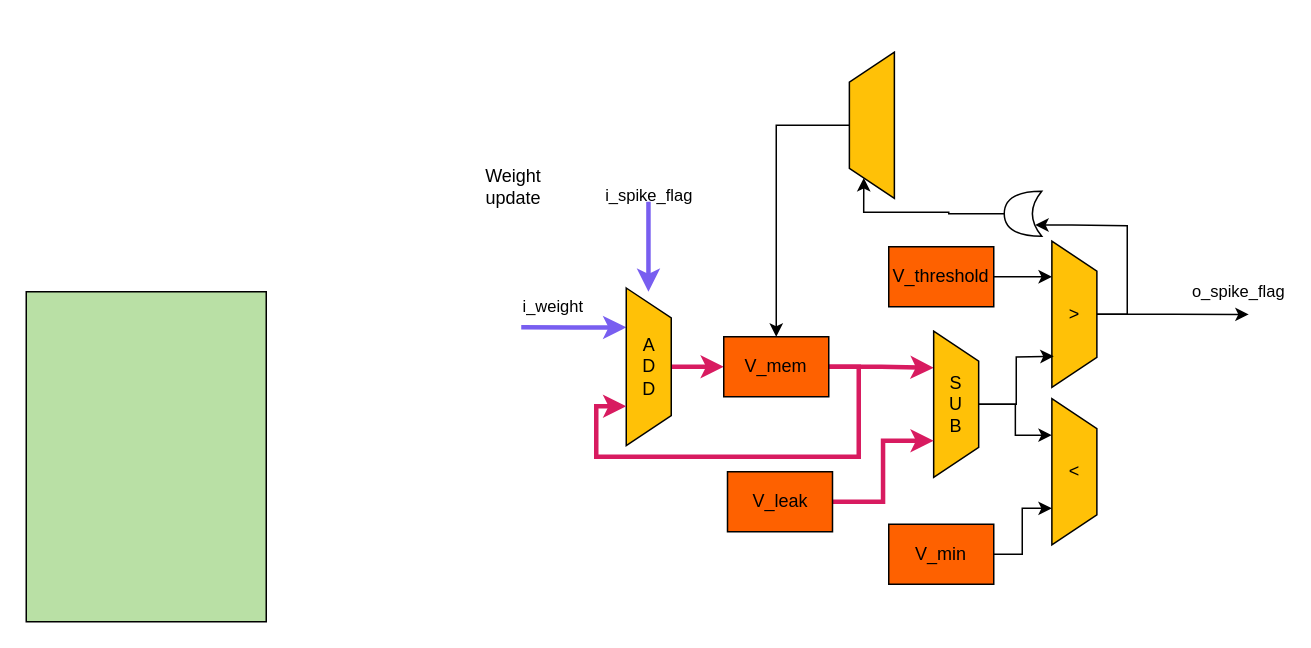
The draw.io diagram Untitled Diagram.drawio in AurelieSa/draw_io, before the edit. Source tidied: cells renumbered, new cells numbered last; positions are measured from the earlier drawing's top-left corner, leaving out a move shared by most shapes. Both pictures are drawn from the tidied source at 150%, with x=0, y=0 at pixel (26, 102).
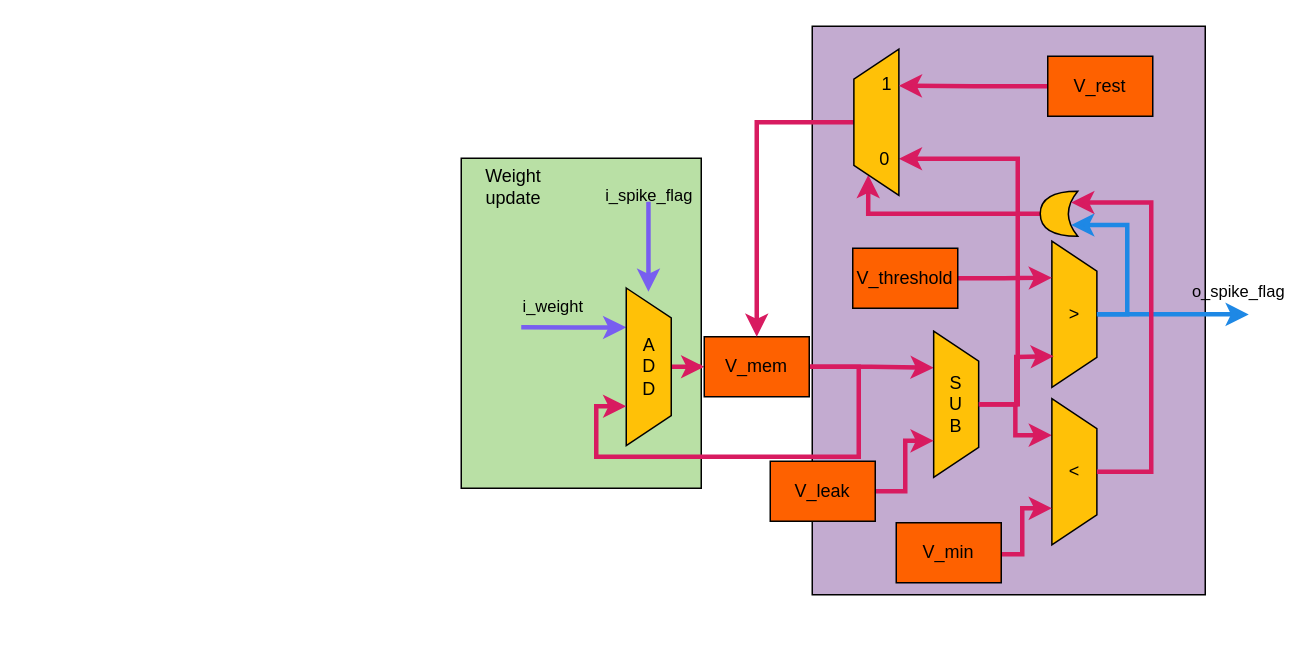
The same diagram, later.

The change refers to these unchanged cells:
```xml
<mxCell id="4" style="edgeStyle=orthogonalEdgeStyle;rounded=0;jettySize=auto;html=1;exitX=0.25;exitY=1;exitDx=0;exitDy=0;startArrow=classic;startFill=1;endArrow=none;endFill=0;strokeWidth=3;strokeColor=#785EF0;" parent="1" edge="1" source="6">
  <mxGeometry relative="1" as="geometry">
    <mxPoint x="330" y="149.7" as="targetPoint" />
  </mxGeometry>
</mxCell>
<mxCell id="15" style="shape=trapezoid;perimeter=trapezoidPerimeter;whiteSpace=wrap;html=1;fixedSize=1;rotation=90;fillColor=#FFC107;" parent="1" vertex="1">
  <mxGeometry x="571.2" y="186" width="97.5" height="30" as="geometry" />
</mxCell>
<mxCell id="19" style="shape=trapezoid;perimeter=trapezoidPerimeter;whiteSpace=wrap;html=1;fixedSize=1;rotation=90;fillColor=#FFC107;" parent="1" vertex="1">
  <mxGeometry x="650" y="231" width="97.5" height="30" as="geometry" />
</mxCell>
<mxCell id="25" style="shape=trapezoid;perimeter=trapezoidPerimeter;whiteSpace=wrap;html=1;fixedSize=1;rotation=90;fillColor=#FFC107;" parent="1" vertex="1">
  <mxGeometry x="650" y="126" width="97.5" height="30" as="geometry" />
</mxCell>
```

Diff of the diagram source:
```diff
@@
-    <mxCell id="2" style="rounded=0;whiteSpace=wrap;html=1;fillColor=#B9E0A5;" parent="1" vertex="1">
-      <mxGeometry y="126" width="160" height="220" as="geometry" />
-    </mxCell>
+    <mxCell id="35" style="rounded=0;whiteSpace=wrap;html=1;fillColor=#B9E0A5;" parent="1" vertex="1">
+      <mxGeometry x="290" y="37" width="160" height="220" as="geometry" />
+    </mxCell>
+    <mxCell id="36" style="rounded=0;whiteSpace=wrap;html=1;fillColor=#C3ABD0;" parent="1" vertex="1">
+      <mxGeometry x="524" y="-51" width="262" height="379" as="geometry" />
+    </mxCell>
@@
-    <mxCell id="5" value="i_weight" style="edgeLabel;html=1;align=center;verticalAlign=middle;" parent="4" vertex="1">
+    <mxCell id="5" value="i_weight" style="edgeLabel;html=1;align=center;verticalAlign=middle;labelBackgroundColor=none;" parent="4" vertex="1">
       <mxGeometry x="0.74" y="-2" relative="1" as="geometry">
         <mxPoint x="11" y="-12" as="offset" />
       </mxGeometry>
     </mxCell>
@@
     <mxCell id="10" value="V_mem" style="rounded=0;whiteSpace=wrap;html=1;fillColor=#FE6100;" parent="1" vertex="1">
-      <mxGeometry x="465" y="156" width="70" height="40" as="geometry" />
+      <mxGeometry x="452" y="156" width="70" height="40" as="geometry" />
     </mxCell>
@@
-    <mxCell id="14" style="edgeStyle=orthogonalEdgeStyle;rounded=0;jettySize=auto;html=1;exitX=0.5;exitY=0;exitDx=0;exitDy=0;entryX=0.25;entryY=1;entryDx=0;entryDy=0;" parent="1" edge="1" source="15" target="19">
+    <mxCell id="14" style="edgeStyle=orthogonalEdgeStyle;rounded=0;jettySize=auto;html=1;exitX=0.5;exitY=0;exitDx=0;exitDy=0;entryX=0.25;entryY=1;entryDx=0;entryDy=0;strokeWidth=3;strokeColor=#D81B60;" parent="1" edge="1" source="15" target="19">
       <mxGeometry relative="1" as="geometry" />
     </mxCell>
+    <mxCell id="37" style="edgeStyle=orthogonalEdgeStyle;rounded=0;jettySize=auto;html=1;exitX=0.5;exitY=0;exitDx=0;exitDy=0;entryX=0.25;entryY=1;entryDx=0;entryDy=0;strokeWidth=3;strokeColor=#D81B60;" parent="1" edge="1" source="15" target="34">
+      <mxGeometry relative="1" as="geometry">
+        <Array as="points">
+          <mxPoint x="661" y="201" />
+          <mxPoint x="661" y="37" />
+        </Array>
+      </mxGeometry>
+    </mxCell>
@@
     <mxCell id="17" value="V_leak" style="rounded=0;whiteSpace=wrap;html=1;fillColor=#FE6100;" parent="1" vertex="1">
-      <mxGeometry x="467.5" y="246" width="70" height="40" as="geometry" />
+      <mxGeometry x="496" y="239" width="70" height="40" as="geometry" />
     </mxCell>
@@
-    <mxCell id="21" style="edgeStyle=orthogonalEdgeStyle;rounded=0;jettySize=auto;html=1;exitX=1;exitY=0.5;exitDx=0;exitDy=0;entryX=0.75;entryY=1;entryDx=0;entryDy=0;" parent="1" edge="1" source="22" target="19">
+    <mxCell id="21" style="edgeStyle=orthogonalEdgeStyle;rounded=0;jettySize=auto;html=1;exitX=1;exitY=0.5;exitDx=0;exitDy=0;entryX=0.75;entryY=1;entryDx=0;entryDy=0;strokeWidth=3;strokeColor=#D81B60;" parent="1" edge="1" source="22" target="19">
       <mxGeometry relative="1" as="geometry">
         <Array as="points">
           <mxPoint x="664" y="301" />
           <mxPoint x="664" y="271" />
           <mxPoint x="684" y="271" />
         </Array>
       </mxGeometry>
     </mxCell>
     <mxCell id="22" value="V_min" style="rounded=0;whiteSpace=wrap;html=1;fillColor=#FE6100;" parent="1" vertex="1">
-      <mxGeometry x="575" y="281" width="70" height="40" as="geometry" />
+      <mxGeometry x="580" y="280" width="70" height="40" as="geometry" />
     </mxCell>
-    <mxCell id="23" style="edgeStyle=orthogonalEdgeStyle;rounded=0;jettySize=auto;html=1;exitX=0.5;exitY=0;exitDx=0;exitDy=0;" parent="1" edge="1" source="25">
+    <mxCell id="23" style="edgeStyle=orthogonalEdgeStyle;rounded=0;jettySize=auto;html=1;exitX=0.5;exitY=0;exitDx=0;exitDy=0;strokeColor=#1E88E5;strokeWidth=3;" parent="1" edge="1" source="25">
       <mxGeometry relative="1" as="geometry">
         <mxPoint x="815" y="141.1" as="targetPoint" />
       </mxGeometry>
     </mxCell>
-    <mxCell id="24" value="o_spike_flag" style="edgeLabel;html=1;align=center;verticalAlign=middle;" parent="23" vertex="1">
+    <mxCell id="24" value="o_spike_flag" style="edgeLabel;html=1;align=center;verticalAlign=middle;labelBackgroundColor=none;" parent="23" vertex="1">
       <mxGeometry x="0.17" y="1" relative="1" as="geometry">
         <mxPoint x="34" y="-15" as="offset" />
       </mxGeometry>
     </mxCell>
@@
-    <mxCell id="27" style="edgeStyle=orthogonalEdgeStyle;rounded=0;jettySize=auto;html=1;exitX=0.5;exitY=0;exitDx=0;exitDy=0;" parent="1" edge="1" source="15">
+    <mxCell id="27" style="edgeStyle=orthogonalEdgeStyle;rounded=0;jettySize=auto;html=1;exitX=0.5;exitY=0;exitDx=0;exitDy=0;strokeWidth=3;strokeColor=#D81B60;" parent="1" edge="1" source="15">
       <mxGeometry relative="1" as="geometry">
         <mxPoint x="685" y="169" as="targetPoint" />
       </mxGeometry>
     </mxCell>
-    <mxCell id="28" style="edgeStyle=orthogonalEdgeStyle;rounded=0;jettySize=auto;html=1;exitX=1;exitY=0.5;exitDx=0;exitDy=0;entryX=0.25;entryY=1;entryDx=0;entryDy=0;" parent="1" edge="1" source="29" target="25">
+    <mxCell id="28" style="edgeStyle=orthogonalEdgeStyle;rounded=0;jettySize=auto;html=1;exitX=1;exitY=0.5;exitDx=0;exitDy=0;entryX=0.25;entryY=1;entryDx=0;entryDy=0;strokeWidth=3;strokeColor=#D81B60;" parent="1" edge="1" source="29" target="25">
       <mxGeometry relative="1" as="geometry" />
     </mxCell>
     <mxCell id="29" value="V_threshold" style="rounded=0;whiteSpace=wrap;html=1;fillColor=#FE6100;" parent="1" vertex="1">
-      <mxGeometry x="575" y="96" width="70" height="40" as="geometry" />
+      <mxGeometry x="551" y="97" width="70" height="40" as="geometry" />
     </mxCell>
+    <mxCell id="31" style="edgeStyle=orthogonalEdgeStyle;rounded=0;jettySize=auto;html=1;exitX=0.175;exitY=0.25;exitDx=0;exitDy=0;exitPerimeter=0;entryX=0.5;entryY=0;entryDx=0;entryDy=0;startArrow=classic;startFill=1;endArrow=none;endFill=0;strokeColor=#1E88E5;strokeWidth=3;" parent="1" edge="1" source="32" target="25">
+      <mxGeometry relative="1" as="geometry">
+        <Array as="points">
+          <mxPoint x="697" y="82" />
+          <mxPoint x="734" y="82" />
+          <mxPoint x="734" y="141" />
+        </Array>
+      </mxGeometry>
+    </mxCell>
-    <mxCell id="30" style="edgeStyle=orthogonalEdgeStyle;rounded=0;jettySize=auto;html=1;exitX=1;exitY=0.5;exitDx=0;exitDy=0;exitPerimeter=0;entryX=0;entryY=0.25;entryDx=0;entryDy=0;" parent="1" edge="1" source="32" target="34">
+    <mxCell id="30" style="edgeStyle=orthogonalEdgeStyle;rounded=0;jettySize=auto;html=1;exitX=1;exitY=0.5;exitDx=0;exitDy=0;exitPerimeter=0;entryX=0;entryY=0.25;entryDx=0;entryDy=0;strokeColor=#D81B60;strokeWidth=3;" parent="1" edge="1" source="32" target="34">
       <mxGeometry relative="1" as="geometry">
         <Array as="points">
-          <mxPoint x="615" y="74" />
-          <mxPoint x="558" y="73" />
+          <mxPoint x="561" y="74" />
+          <mxPoint x="561" y="48" />
         </Array>
       </mxGeometry>
     </mxCell>
-    <mxCell id="31" style="edgeStyle=orthogonalEdgeStyle;rounded=0;jettySize=auto;html=1;exitX=0.175;exitY=0.25;exitDx=0;exitDy=0;exitPerimeter=0;entryX=0.5;entryY=0;entryDx=0;entryDy=0;startArrow=classic;startFill=1;endArrow=none;endFill=0;" parent="1" edge="1" source="32" target="25">
-      <mxGeometry relative="1" as="geometry">
-        <Array as="points">
-          <mxPoint x="697" y="82" />
-          <mxPoint x="734" y="82" />
-          <mxPoint x="734" y="141" />
-        </Array>
-      </mxGeometry>
-    </mxCell>
-    <mxCell id="32" style="shape=xor;whiteSpace=wrap;html=1;rotation=-180;" parent="1" vertex="1">
-      <mxGeometry x="652" y="59" width="25" height="30" as="geometry" />
+    <mxCell id="32" style="shape=xor;whiteSpace=wrap;html=1;rotation=-180;fillColor=#FFC107;" parent="1" vertex="1">
+      <mxGeometry x="676" y="59" width="25" height="30" as="geometry" />
     </mxCell>
-    <mxCell id="33" style="edgeStyle=orthogonalEdgeStyle;rounded=0;jettySize=auto;html=1;exitX=0.5;exitY=0;exitDx=0;exitDy=0;entryX=0.5;entryY=0;entryDx=0;entryDy=0;" parent="1" edge="1" source="34" target="10">
-      <mxGeometry relative="1" as="geometry" />
+    <mxCell id="33" style="edgeStyle=orthogonalEdgeStyle;rounded=0;jettySize=auto;html=1;exitX=0.5;exitY=0;exitDx=0;exitDy=0;entryX=0.5;entryY=0;entryDx=0;entryDy=0;strokeWidth=3;strokeColor=#D81B60;" parent="1" edge="1" source="34" target="10">
+      <mxGeometry relative="1" as="geometry">
+        <Array as="points">
+          <mxPoint x="487" y="13" />
+        </Array>
+      </mxGeometry>
     </mxCell>
     <mxCell id="34" style="shape=trapezoid;perimeter=trapezoidPerimeter;whiteSpace=wrap;html=1;fixedSize=1;rotation=-90;fillColor=#FFC107;" parent="1" vertex="1">
-      <mxGeometry x="515" width="97.5" height="30" as="geometry" />
+      <mxGeometry x="518" y="-2" width="97.5" height="30" as="geometry" />
     </mxCell>
+    <mxCell id="38" style="edgeStyle=orthogonalEdgeStyle;rounded=0;jettySize=auto;html=1;exitX=0.5;exitY=0;exitDx=0;exitDy=0;entryX=0.175;entryY=0.75;entryDx=0;entryDy=0;entryPerimeter=0;strokeWidth=3;strokeColor=#D81B60;" parent="1" edge="1" source="19" target="32">
+      <mxGeometry relative="1" as="geometry">
+        <Array as="points">
+          <mxPoint x="750" y="246" />
+          <mxPoint x="750" y="67" />
+        </Array>
+      </mxGeometry>
+    </mxCell>
+    <mxCell id="39" style="edgeStyle=orthogonalEdgeStyle;rounded=0;jettySize=auto;html=1;exitX=0;exitY=0.5;exitDx=0;exitDy=0;entryX=0.75;entryY=1;entryDx=0;entryDy=0;strokeColor=#D81B60;strokeWidth=3;" parent="1" edge="1" source="40" target="34">
+      <mxGeometry relative="1" as="geometry" />
+    </mxCell>
+    <mxCell id="40" value="V_rest" style="rounded=0;whiteSpace=wrap;html=1;fillColor=#FE6100;" parent="1" vertex="1">
+      <mxGeometry x="681" y="-31" width="70" height="40" as="geometry" />
+    </mxCell>
+    <mxCell id="41" value="0" style="text;html=1;align=center;verticalAlign=middle;whiteSpace=wrap;rounded=0;" parent="1" vertex="1">
+      <mxGeometry x="567" y="31" width="11" height="13" as="geometry" />
+    </mxCell>
+    <mxCell id="42" value="1" style="text;html=1;align=center;verticalAlign=middle;whiteSpace=wrap;rounded=0;" parent="1" vertex="1">
+      <mxGeometry x="569" y="-18" width="10" height="12" as="geometry" />
+    </mxCell>
```
